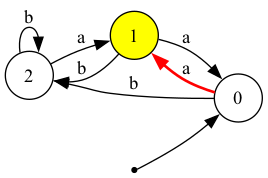
Earlier version of the Graphviz export PNGFiles/instance_1.png (lakshsidhu04/FSA-Vizualizah). Its source is kept beside it as DOTFiles/instance_1.dot.
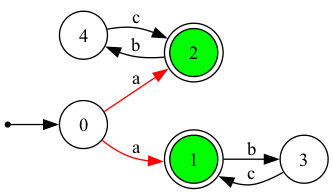
The same file after the commit.

The edit, as a diff of the source:
```diff
@@ -1,18 +1,20 @@
-digraph DFA {
+digraph NFA {
  rankdir=LR;
  node [shape=circle];
  size="8,5";
  overlap=false;
  splines=true;
- 2;
- 1 [style=filled, fillcolor=yellow];
+ 4;
+ 3;
+ 2 [shape=doublecircle, style=filled, fillcolor=green];
+ 1 [shape=doublecircle, style=filled, fillcolor=green];
  0;
- init [shape=point];
- init -> 0;
- 2 -> 2 [label="b"];
- 2 -> 1 [label="a"];
- 1 -> 2 [label="b"];
- 1 -> 0 [label="a"];
- 0 -> 2 [label="b"];
- 0 -> 1 [label="a", color=red, penwidth=2.0];
+  init [shape=point];
+  init -> 0;
+  4 -> 2 [label="c"];
+  3 -> 1 [label="c"];
+  2 -> 4 [label="b"];
+  1 -> 3 [label="b"];
+  0 -> 2 [label="a", color=red];
+  0 -> 1 [label="a", color=red];
 }
```
